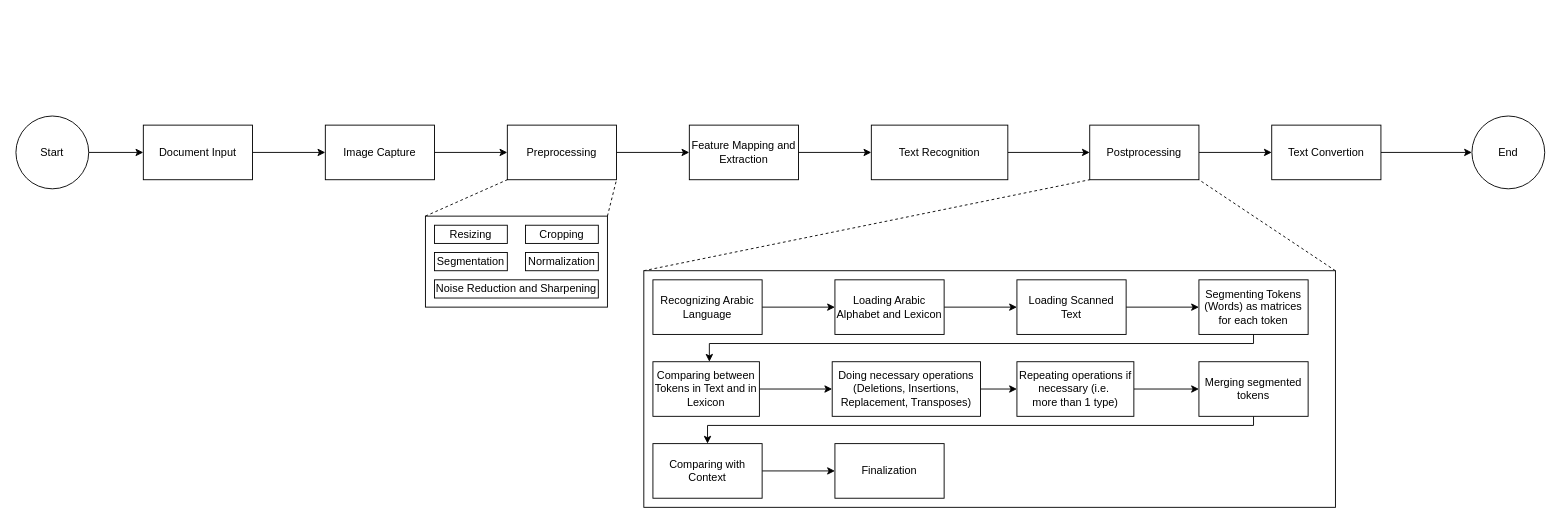
This is smth.drawio from HasanRomaih/refactored-pancake, a draw.io file, before an edit. Source tidied: cells renumbered, new cells numbered last; positions are measured from the earlier drawing's top-left corner, leaving out a move shared by most shapes. Both pictures are drawn from the tidied source at 91%, with x=0, y=0 at pixel (15, 116).
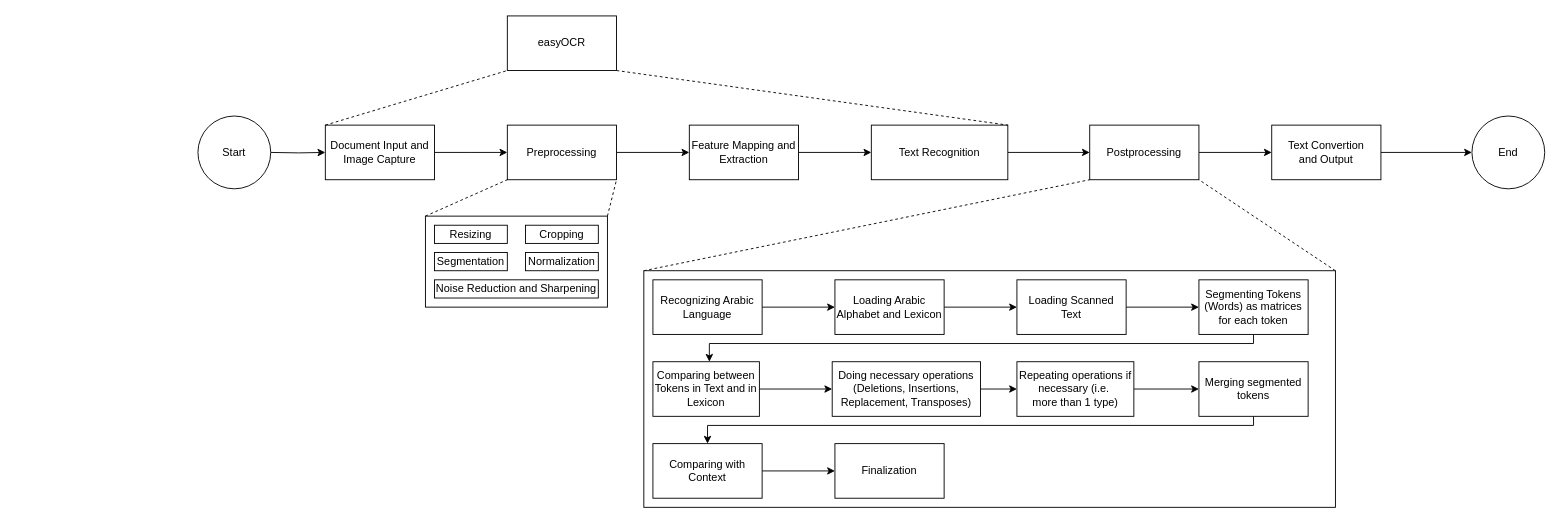
The same page after the edit.

Unchanged cells that the change refers to:
```xml
<mxCell id="16" value="Preprocessing" style="whiteSpace=wrap;html=1;" parent="1" vertex="1">
  <mxGeometry x="540" y="10" width="120" height="60" as="geometry" />
</mxCell>
<mxCell id="27" value="Text Recognition" style="whiteSpace=wrap;html=1;" parent="1" vertex="1">
  <mxGeometry x="940" y="10" width="150" height="60" as="geometry" />
</mxCell>
```

Diff of the diagram source:
```diff
@@
-    <mxCell id="2" style="edgeStyle=orthogonalEdgeStyle;rounded=0;jettySize=auto;html=1;" parent="1" edge="1" source="3" target="5">
-      <mxGeometry relative="1" as="geometry" />
+    <mxCell id="2" style="edgeStyle=orthogonalEdgeStyle;rounded=0;jettySize=auto;html=1;" parent="1" edge="1" target="5">
+      <mxGeometry relative="1" as="geometry">
+        <mxPoint x="280" y="40" as="sourcePoint" />
+      </mxGeometry>
     </mxCell>
     <mxCell id="3" value="Start" style="ellipse;whiteSpace=wrap;html=1;" parent="1" vertex="1">
-      <mxGeometry width="80" height="80" as="geometry" />
+      <mxGeometry x="200" width="80" height="80" as="geometry" />
     </mxCell>
-    <mxCell id="4" style="edgeStyle=orthogonalEdgeStyle;rounded=0;jettySize=auto;html=1;" parent="1" edge="1" source="5" target="7">
-      <mxGeometry relative="1" as="geometry" />
+    <mxCell id="4" style="edgeStyle=orthogonalEdgeStyle;rounded=0;jettySize=auto;html=1;" parent="1" edge="1" source="5">
+      <mxGeometry relative="1" as="geometry">
+        <mxPoint x="540" y="40" as="targetPoint" />
+      </mxGeometry>
     </mxCell>
-    <mxCell id="5" value="Document Input" style="whiteSpace=wrap;html=1;" parent="1" vertex="1">
-      <mxGeometry x="140" y="10" width="120" height="60" as="geometry" />
+    <mxCell id="5" value="Document Input and Image Capture" style="whiteSpace=wrap;html=1;" parent="1" vertex="1">
+      <mxGeometry x="340" y="10" width="120" height="60" as="geometry" />
     </mxCell>
-    <mxCell id="6" style="edgeStyle=orthogonalEdgeStyle;rounded=0;jettySize=auto;html=1;" parent="1" edge="1" source="7" target="16">
-      <mxGeometry relative="1" as="geometry" />
-    </mxCell>
-    <mxCell id="7" value="&lt;div&gt;Image Capture&lt;/div&gt;" style="whiteSpace=wrap;html=1;" parent="1" vertex="1">
-      <mxGeometry x="340" y="10" width="120" height="60" as="geometry" />
-    </mxCell>
@@
-    <mxCell id="11" value="Text Convertion" style="whiteSpace=wrap;html=1;" parent="1" vertex="1">
+    <mxCell id="11" value="&lt;div&gt;Text Convertion&lt;/div&gt;and Output" style="whiteSpace=wrap;html=1;" parent="1" vertex="1">
       <mxGeometry x="1380" y="10" width="120" height="60" as="geometry" />
     </mxCell>
@@
+    <mxCell id="49" style="endArrow=none;dashed=1;html=1;rounded=0;exitX=0;exitY=0;exitDx=0;exitDy=0;entryX=0;entryY=1;entryDx=0;entryDy=0;" parent="1" edge="1" source="5" target="50">
+      <mxGeometry relative="1" as="geometry" />
+    </mxCell>
+    <mxCell id="50" value="easyOCR" style="rounded=0;whiteSpace=wrap;html=1;" parent="1" vertex="1">
+      <mxGeometry x="540" y="-110" width="120" height="60" as="geometry" />
+    </mxCell>
+    <mxCell id="51" style="endArrow=none;dashed=1;html=1;rounded=0;entryX=1;entryY=0;entryDx=0;entryDy=0;exitX=1;exitY=1;exitDx=0;exitDy=0;" parent="1" edge="1" source="50" target="27">
+      <mxGeometry relative="1" as="geometry" />
+    </mxCell>
```
